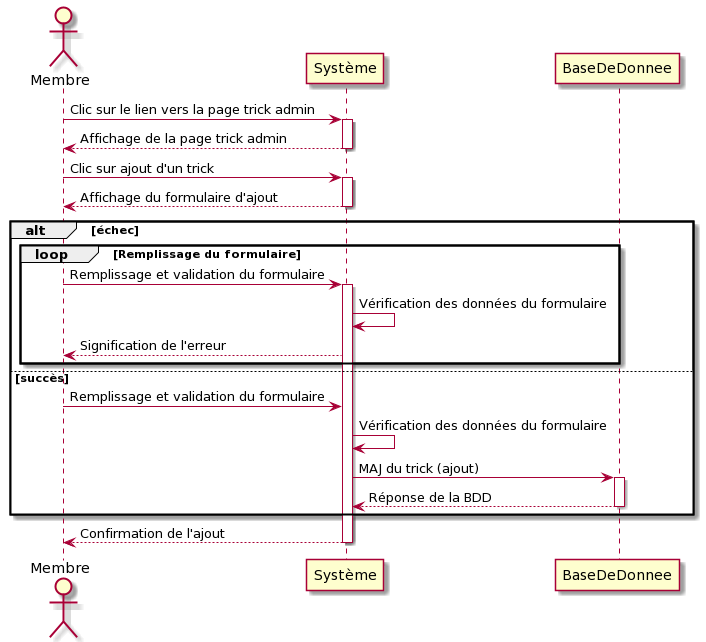
Before: diagrammes/diagramme_sequence_ajout_trick.png, a diagram exported from PlantUML (Maxime22/snowtricks).
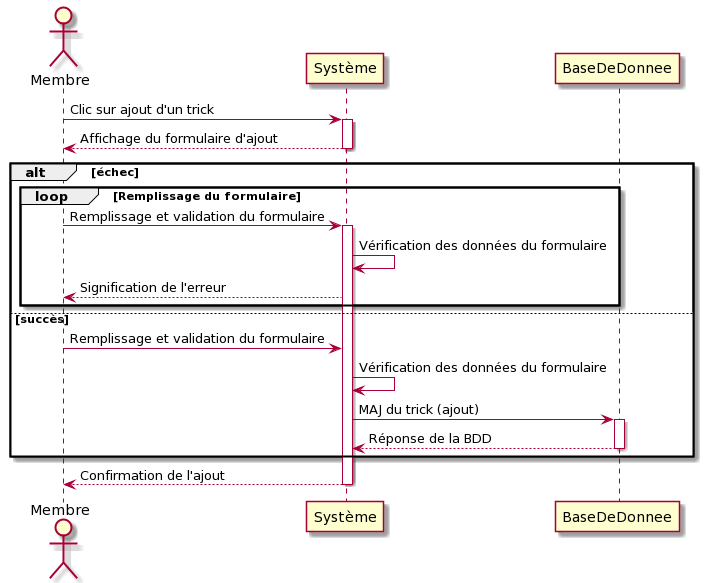
The same diagram one commit later.

Change to the diagram source:
```diff
@@ -1,9 +1,5 @@
 @startuml
 Actor Membre
-Membre -> Système: Clic sur le lien vers la page trick admin
-activate Système
-Système --> Membre: Affichage de la page trick admin
-deactivate Système
 Membre -> Système: Clic sur ajout d'un trick
 activate Système
 Membre <-- Système: Affichage du formulaire d'ajout
```
